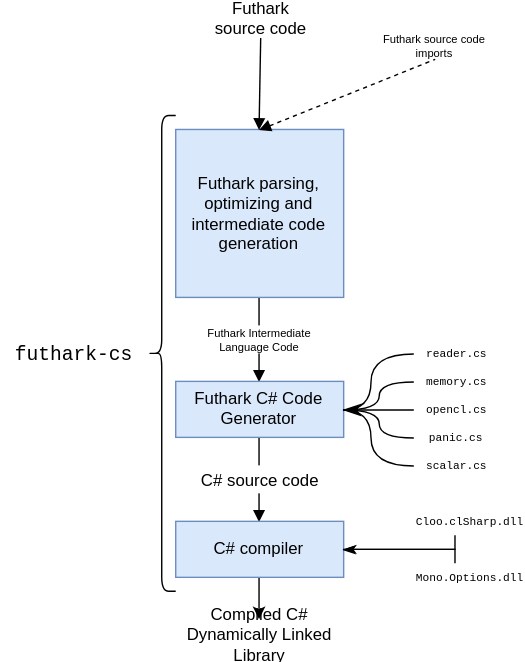
Before: chapters/figs/csharp/futharkcsarchitecture.svg, a diagram exported from draw.io (MikkelStorgaard/thesis). Source tidied: cells renumbered, new cells last; positions are measured from the earlier drawing's top-left corner, leaving out a move shared by most shapes. Source of this version:
```xml
<mxGraphModel background="#ffffff">
  <root>
    <mxCell id="0" />
    <mxCell id="1" parent="0" />
    <mxCell id="2" value="cco" style="edgeStyle=orthogonalEdgeStyle;rounded=0;html=1;exitX=0.5;exitY=1;entryX=0.5;entryY=0;startArrow=none;startFill=0;endArrow=block;endFill=1;jettySize=auto;strokeColor=#000000;fontSize=8;" parent="1" edge="1" source="3" target="5">
      <mxGeometry relative="1" as="geometry" />
    </mxCell>
    <mxCell id="3" value="Futhark parsing, optimizing and intermediate code generation&lt;br&gt;" style="rounded=0;whiteSpace=wrap;html=1;fillColor=#dae8fc;strokeColor=#6c8ebf;" parent="1" vertex="1">
      <mxGeometry x="125" y="90" width="120" height="120" as="geometry" />
    </mxCell>
    <mxCell id="4" style="edgeStyle=orthogonalEdgeStyle;rounded=0;html=1;exitX=0.5;exitY=1;startArrow=none;startFill=0;endArrow=block;endFill=1;jettySize=auto;strokeColor=#000000;fontSize=8;entryX=0.5;entryY=0;" parent="1" edge="1" source="5" target="24">
      <mxGeometry relative="1" as="geometry" />
    </mxCell>
    <mxCell id="5" value="Futhark C# Code Generator&lt;br&gt;" style="rounded=0;whiteSpace=wrap;html=1;fillColor=#dae8fc;strokeColor=#6c8ebf;" parent="1" vertex="1">
      <mxGeometry x="125" y="270" width="120" height="40" as="geometry" />
    </mxCell>
    <mxCell id="6" value="Futhark &lt;br&gt;source code" style="text;html=1;strokeColor=none;fillColor=none;align=center;verticalAlign=middle;whiteSpace=wrap;rounded=0;" parent="1" vertex="1">
      <mxGeometry x="145" width="80" height="20" as="geometry" />
    </mxCell>
    <mxCell id="7" value="Futhark source code imports" style="text;html=1;strokeColor=none;fillColor=none;align=center;verticalAlign=middle;whiteSpace=wrap;rounded=0;dashed=1;dashPattern=1 1;fontSize=8;" parent="1" vertex="1">
      <mxGeometry x="265" y="20" width="90" height="20" as="geometry" />
    </mxCell>
    <mxCell id="8" style="endArrow=none;dashed=1;html=1;exitX=0.5;exitY=0;strokeColor=#000000;endFill=0;fillColor=#d5e8d4;startArrow=block;startFill=1;entryX=0.5;entryY=1;" parent="1" edge="1" source="3" target="7">
      <mxGeometry relative="1" as="geometry" />
    </mxCell>
    <mxCell id="9" style="endArrow=none;html=1;strokeColor=#000000;entryX=0.502;entryY=1.221;entryPerimeter=0;exitX=0.5;exitY=0;endFill=0;startArrow=block;startFill=1;" parent="1" edge="1" source="3" target="6">
      <mxGeometry relative="1" as="geometry" />
    </mxCell>
    <mxCell id="10" value="Futhark Intermediate Language Code" style="text;html=1;strokeColor=none;fillColor=#ffffff;align=center;verticalAlign=middle;whiteSpace=wrap;rounded=0;dashed=1;dashPattern=1 1;fontSize=8;" parent="1" vertex="1">
      <mxGeometry x="145" y="230" width="80" height="20" as="geometry" />
    </mxCell>
    <mxCell id="11" value="C# source code" style="text;html=1;strokeColor=none;fillColor=#ffffff;align=center;verticalAlign=middle;whiteSpace=wrap;rounded=0;" parent="1" vertex="1">
      <mxGeometry x="125" y="330" width="120" height="20" as="geometry" />
    </mxCell>
    <mxCell id="12" style="shape=curlyBracket;whiteSpace=wrap;html=1;rounded=1;strokeColor=#000000;fillColor=#ffffff;fontSize=8;" parent="1" vertex="1">
      <mxGeometry x="105" y="80" width="20" height="340" as="geometry" />
    </mxCell>
    <mxCell id="13" value="&lt;font style=&quot;font-size: 14px&quot;&gt;futhark-cs&lt;/font&gt;" style="text;html=1;strokeColor=none;fillColor=none;align=center;verticalAlign=middle;whiteSpace=wrap;rounded=0;dashed=1;dashPattern=1 1;fontSize=8;fontFamily=Courier New;" parent="1" vertex="1">
      <mxGeometry y="240" width="105" height="20" as="geometry" />
    </mxCell>
    <mxCell id="14" value="reader.cs" style="text;html=1;strokeColor=none;fillColor=none;align=center;verticalAlign=middle;whiteSpace=wrap;rounded=0;fontFamily=Courier New;fontSize=8;" parent="1" vertex="1">
      <mxGeometry x="295" y="240" width="60" height="20" as="geometry" />
    </mxCell>
    <mxCell id="15" value="scalar.cs" style="text;html=1;strokeColor=none;fillColor=none;align=center;verticalAlign=middle;whiteSpace=wrap;rounded=0;fontFamily=Courier New;fontSize=8;" parent="1" vertex="1">
      <mxGeometry x="295" y="320" width="60" height="20" as="geometry" />
    </mxCell>
    <mxCell id="16" value="memory.cs" style="text;html=1;strokeColor=none;fillColor=none;align=center;verticalAlign=middle;whiteSpace=wrap;rounded=0;fontFamily=Courier New;fontSize=8;" parent="1" vertex="1">
      <mxGeometry x="295" y="260" width="60" height="20" as="geometry" />
    </mxCell>
    <mxCell id="17" value="opencl.cs" style="text;html=1;strokeColor=none;fillColor=none;align=center;verticalAlign=middle;whiteSpace=wrap;rounded=0;fontFamily=Courier New;fontSize=8;" parent="1" vertex="1">
      <mxGeometry x="295" y="280" width="60" height="20" as="geometry" />
    </mxCell>
    <mxCell id="18" value="panic.cs" style="text;html=1;strokeColor=none;fillColor=none;align=center;verticalAlign=middle;whiteSpace=wrap;rounded=0;fontFamily=Courier New;fontSize=8;" parent="1" vertex="1">
      <mxGeometry x="295" y="300" width="60" height="20" as="geometry" />
    </mxCell>
    <mxCell id="19" style="endArrow=none;html=1;strokeColor=#000000;fontFamily=Courier New;fontSize=8;exitX=0;exitY=0.5;entryX=1;entryY=0.5;endFill=0;edgeStyle=orthogonalEdgeStyle;curved=1;" parent="1" edge="1" source="14" target="5">
      <mxGeometry relative="1" as="geometry">
        <Array as="points">
          <mxPoint x="265" y="250" />
          <mxPoint x="265" y="290" />
        </Array>
      </mxGeometry>
    </mxCell>
    <mxCell id="20" style="endArrow=none;html=1;strokeColor=#000000;fontFamily=Courier New;fontSize=8;endFill=0;entryX=1;entryY=0.5;exitX=0;exitY=0.5;edgeStyle=orthogonalEdgeStyle;curved=1;" parent="1" edge="1" source="16" target="5">
      <mxGeometry relative="1" as="geometry" />
    </mxCell>
    <mxCell id="21" style="endArrow=classicThin;html=1;strokeColor=#000000;fontFamily=Courier New;fontSize=8;endFill=1;entryX=1;entryY=0.5;exitX=0;exitY=0.5;startArrow=none;startFill=0;startSize=10;endSize=10;targetPerimeterSpacing=6;edgeStyle=orthogonalEdgeStyle;curved=1;" parent="1" edge="1" source="17" target="5">
      <mxGeometry relative="1" as="geometry" />
    </mxCell>
    <mxCell id="22" style="endArrow=none;html=1;strokeColor=#000000;fontFamily=Courier New;fontSize=8;endFill=0;entryX=1;entryY=0.5;exitX=0;exitY=0.5;edgeStyle=orthogonalEdgeStyle;curved=1;" parent="1" edge="1" source="18" target="5">
      <mxGeometry relative="1" as="geometry" />
    </mxCell>
    <mxCell id="23" style="endArrow=none;html=1;strokeColor=#000000;fontFamily=Courier New;fontSize=8;endFill=0;exitX=0;exitY=0.5;edgeStyle=orthogonalEdgeStyle;curved=1;" parent="1" edge="1" source="15">
      <mxGeometry relative="1" as="geometry">
        <mxPoint x="245" y="290" as="targetPoint" />
        <Array as="points">
          <mxPoint x="265" y="330" />
          <mxPoint x="265" y="290" />
        </Array>
      </mxGeometry>
    </mxCell>
    <mxCell id="24" value="C# compiler" style="rounded=0;whiteSpace=wrap;html=1;fillColor=#dae8fc;strokeColor=#6c8ebf;" parent="1" vertex="1">
      <mxGeometry x="125" y="370" width="120" height="40" as="geometry" />
    </mxCell>
    <mxCell id="25" value="Compiled C# Dynamically Linked Library&lt;br&gt;" style="text;html=1;strokeColor=none;fillColor=#ffffff;align=center;verticalAlign=middle;whiteSpace=wrap;rounded=0;" parent="1" vertex="1">
      <mxGeometry x="125" y="440" width="120" height="20" as="geometry" />
    </mxCell>
    <mxCell id="26" style="endArrow=classic;html=1;strokeColor=#000000;fontFamily=Courier New;fontSize=8;exitX=0.5;exitY=1;entryX=0.5;entryY=0;" parent="1" edge="1" source="24" target="25">
      <mxGeometry relative="1" as="geometry" />
    </mxCell>
    <mxCell id="27" style="edgeStyle=elbowEdgeStyle;rounded=0;elbow=vertical;html=1;exitX=0.5;exitY=1;startArrow=none;startFill=0;startSize=10;endArrow=classicThin;endFill=1;endSize=6;jettySize=auto;strokeColor=#000000;fontFamily=Courier New;fontSize=8;" parent="1" edge="1" source="28">
      <mxGeometry relative="1" as="geometry">
        <mxPoint x="245" y="390" as="targetPoint" />
        <Array as="points">
          <mxPoint x="285" y="390" />
        </Array>
      </mxGeometry>
    </mxCell>
    <mxCell id="28" value="Cloo.clSharp.dll" style="text;html=1;strokeColor=none;fillColor=none;align=left;verticalAlign=middle;whiteSpace=wrap;rounded=0;fontFamily=Courier New;fontSize=8;" parent="1" vertex="1">
      <mxGeometry x="295" y="360" width="60" height="20" as="geometry" />
    </mxCell>
    <mxCell id="29" style="edgeStyle=elbowEdgeStyle;rounded=0;elbow=vertical;html=1;exitX=0.5;exitY=0;entryX=1;entryY=0.5;startArrow=none;startFill=0;startSize=10;endArrow=classicThin;endFill=1;endSize=6;jettySize=auto;strokeColor=#000000;fontFamily=Courier New;fontSize=8;" parent="1" edge="1" source="30" target="24">
      <mxGeometry relative="1" as="geometry">
        <Array as="points">
          <mxPoint x="335" y="390" />
        </Array>
      </mxGeometry>
    </mxCell>
    <mxCell id="30" value="Mono.Options.dll" style="text;html=1;strokeColor=none;fillColor=none;align=left;verticalAlign=middle;whiteSpace=wrap;rounded=0;fontFamily=Courier New;fontSize=8;" parent="1" vertex="1">
      <mxGeometry x="295" y="400" width="60" height="20" as="geometry" />
    </mxCell>
  </root>
</mxGraphModel>
```
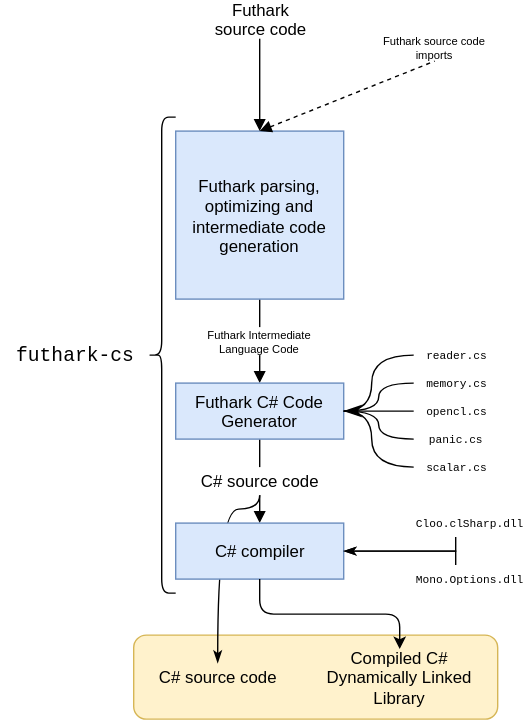
The same file after the commit.

The edit, as a diff of the source:
```diff
@@ -2,6 +2,9 @@
   <root>
     <mxCell id="0" />
     <mxCell id="1" parent="0" />
+    <mxCell id="31" style="rounded=1;whiteSpace=wrap;html=1;strokeColor=#d6b656;fillColor=#fff2cc;fontFamily=Courier New;fontSize=8;align=right;labelPosition=left;verticalLabelPosition=top;verticalAlign=bottom;" parent="1" vertex="1">
+      <mxGeometry x="95" y="450" width="260" height="60" as="geometry" />
+    </mxCell>
     <mxCell id="2" value="cco" style="edgeStyle=orthogonalEdgeStyle;rounded=0;html=1;exitX=0.5;exitY=1;entryX=0.5;entryY=0;startArrow=none;startFill=0;endArrow=block;endFill=1;jettySize=auto;strokeColor=#000000;fontSize=8;" parent="1" edge="1" source="3" target="5">
       <mxGeometry relative="1" as="geometry" />
     </mxCell>
@@ -29,6 +32,14 @@
     <mxCell id="10" value="Futhark Intermediate Language Code" style="text;html=1;strokeColor=none;fillColor=#ffffff;align=center;verticalAlign=middle;whiteSpace=wrap;rounded=0;dashed=1;dashPattern=1 1;fontSize=8;" parent="1" vertex="1">
       <mxGeometry x="145" y="230" width="80" height="20" as="geometry" />
     </mxCell>
+    <mxCell id="32" style="edgeStyle=orthogonalEdgeStyle;rounded=0;html=1;exitX=0.5;exitY=1;startArrow=none;startFill=0;startSize=10;endArrow=classicThin;endFill=1;endSize=6;jettySize=auto;strokeColor=#000000;fontFamily=Courier New;fontSize=8;entryX=0.5;entryY=0;curved=1;" parent="1" edge="1" source="11" target="33">
+      <mxGeometry relative="1" as="geometry">
+        <Array as="points">
+          <mxPoint x="185" y="360" />
+          <mxPoint x="155" y="360" />
+        </Array>
+      </mxGeometry>
+    </mxCell>
     <mxCell id="11" value="C# source code" style="text;html=1;strokeColor=none;fillColor=#ffffff;align=center;verticalAlign=middle;whiteSpace=wrap;rounded=0;" parent="1" vertex="1">
       <mxGeometry x="125" y="330" width="120" height="20" as="geometry" />
     </mxCell>
@@ -82,11 +93,13 @@
     <mxCell id="24" value="C# compiler" style="rounded=0;whiteSpace=wrap;html=1;fillColor=#dae8fc;strokeColor=#6c8ebf;" parent="1" vertex="1">
       <mxGeometry x="125" y="370" width="120" height="40" as="geometry" />
     </mxCell>
-    <mxCell id="25" value="Compiled C# Dynamically Linked Library&lt;br&gt;" style="text;html=1;strokeColor=none;fillColor=#ffffff;align=center;verticalAlign=middle;whiteSpace=wrap;rounded=0;" parent="1" vertex="1">
-      <mxGeometry x="125" y="440" width="120" height="20" as="geometry" />
+    <mxCell id="25" value="Compiled C# Dynamically Linked Library&lt;br&gt;" style="text;html=1;strokeColor=none;fillColor=none;align=center;verticalAlign=middle;whiteSpace=wrap;rounded=0;" parent="1" vertex="1">
+      <mxGeometry x="225" y="470" width="120" height="20" as="geometry" />
     </mxCell>
-    <mxCell id="26" style="endArrow=classic;html=1;strokeColor=#000000;fontFamily=Courier New;fontSize=8;exitX=0.5;exitY=1;entryX=0.5;entryY=0;" parent="1" edge="1" source="24" target="25">
-      <mxGeometry relative="1" as="geometry" />
+    <mxCell id="26" style="endArrow=classic;html=1;strokeColor=#000000;fontFamily=Courier New;fontSize=8;exitX=0.5;exitY=1;edgeStyle=orthogonalEdgeStyle;" parent="1" edge="1" source="24">
+      <mxGeometry relative="1" as="geometry">
+        <mxPoint x="285" y="460" as="targetPoint" />
+      </mxGeometry>
     </mxCell>
     <mxCell id="27" style="edgeStyle=elbowEdgeStyle;rounded=0;elbow=vertical;html=1;exitX=0.5;exitY=1;startArrow=none;startFill=0;startSize=10;endArrow=classicThin;endFill=1;endSize=6;jettySize=auto;strokeColor=#000000;fontFamily=Courier New;fontSize=8;" parent="1" edge="1" source="28">
       <mxGeometry relative="1" as="geometry">
@@ -109,5 +122,8 @@
     <mxCell id="30" value="Mono.Options.dll" style="text;html=1;strokeColor=none;fillColor=none;align=left;verticalAlign=middle;whiteSpace=wrap;rounded=0;fontFamily=Courier New;fontSize=8;" parent="1" vertex="1">
       <mxGeometry x="295" y="400" width="60" height="20" as="geometry" />
     </mxCell>
+    <mxCell id="33" value="C# source code" style="text;html=1;strokeColor=none;fillColor=none;align=center;verticalAlign=middle;whiteSpace=wrap;rounded=0;" parent="1" vertex="1">
+      <mxGeometry x="95" y="470" width="120" height="20" as="geometry" />
+    </mxCell>
   </root>
 </mxGraphModel>
```
